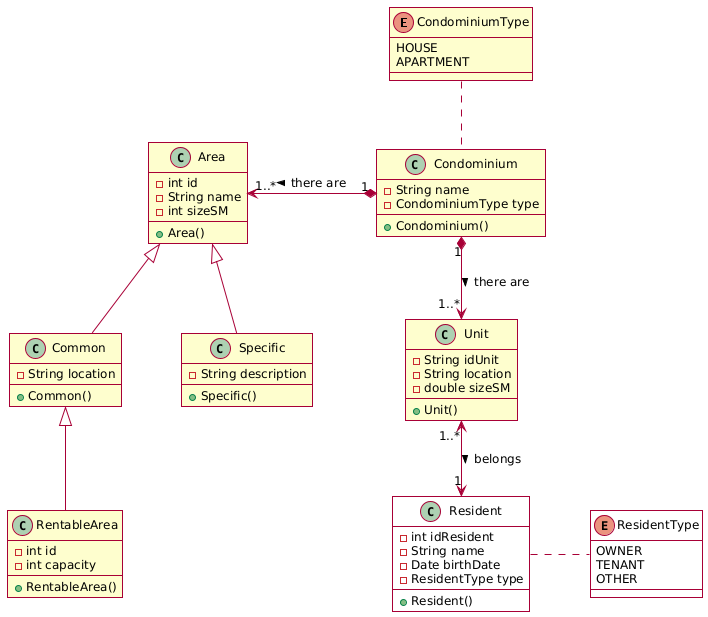
This is MSCondominio.png from SBES-Approach-Realtime-MApps/ApproachRealtimeSyncSBES25, a PlantUML export, as it was before one commit. Source of this version:
```plantuml
@startuml
skin rose

skinparam defaultFontSize 12
skinparam shadowing false
skinparam ranksep 60
skinparam nodesep 60

enum CondominiumType {
  HOUSE
  APARTMENT
}

class Condominium{
  - String name
  - CondominiumType type
  + Condominium()
}

class Unit{
  - String idUnit
  - String location
  - double sizeSM
  + Unit()
}

class Area{
  - int id
  - String name
  - int sizeSM
  + Area()
}

class Common{
  - String location
  + Common()
}

class Specific{
  - String description
  + Specific()
}

class Resident #FFF{
  - int idResident
  - String name
  - Date birthDate
  - ResidentType type
  + Resident()
}

enum ResidentType #FFF{
  OWNER
  TENANT
  OTHER
}

class RentableArea {
  - int id
  - int capacity
  + RentableArea()
}

Area <|-- Common
Area <|-- Specific
Common <|-- RentableArea
Condominium "1" *-left-> "1..*" Area: there are >
Condominium "1" *-down-> "1..*" Unit: there are >
CondominiumType .down. Condominium

Unit "1..*" <-down-> "1" Resident : belongs >
Resident .right. ResidentType
@enduml
```
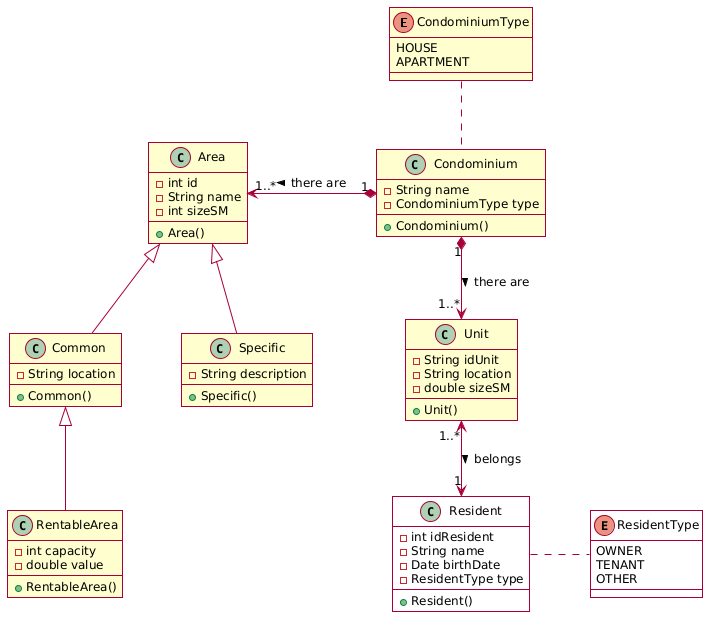
After the change.

The edit, as a diff of the source:
```diff
@@ -56,8 +56,8 @@
 }
 
 class RentableArea {
-  - int id
   - int capacity
+  - double value
   + RentableArea()
 }
 
```
